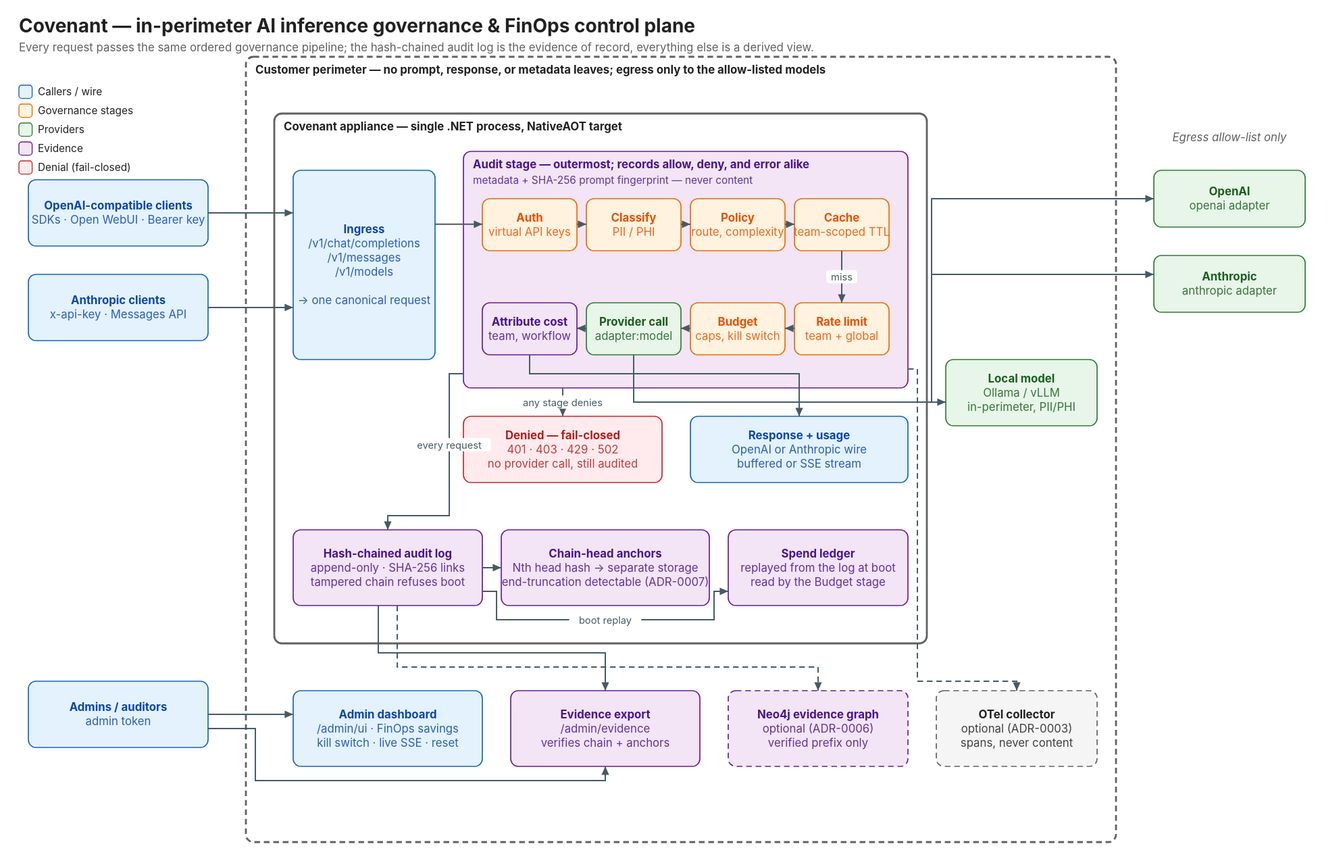
This is docs/diagrams/covenant-architecture.svg from command0r/Covenant, a draw.io export, as it was before one commit. Source tidied: cells renumbered, new cells last; positions are measured from the earlier drawing's top-left corner, leaving out a move shared by most shapes.
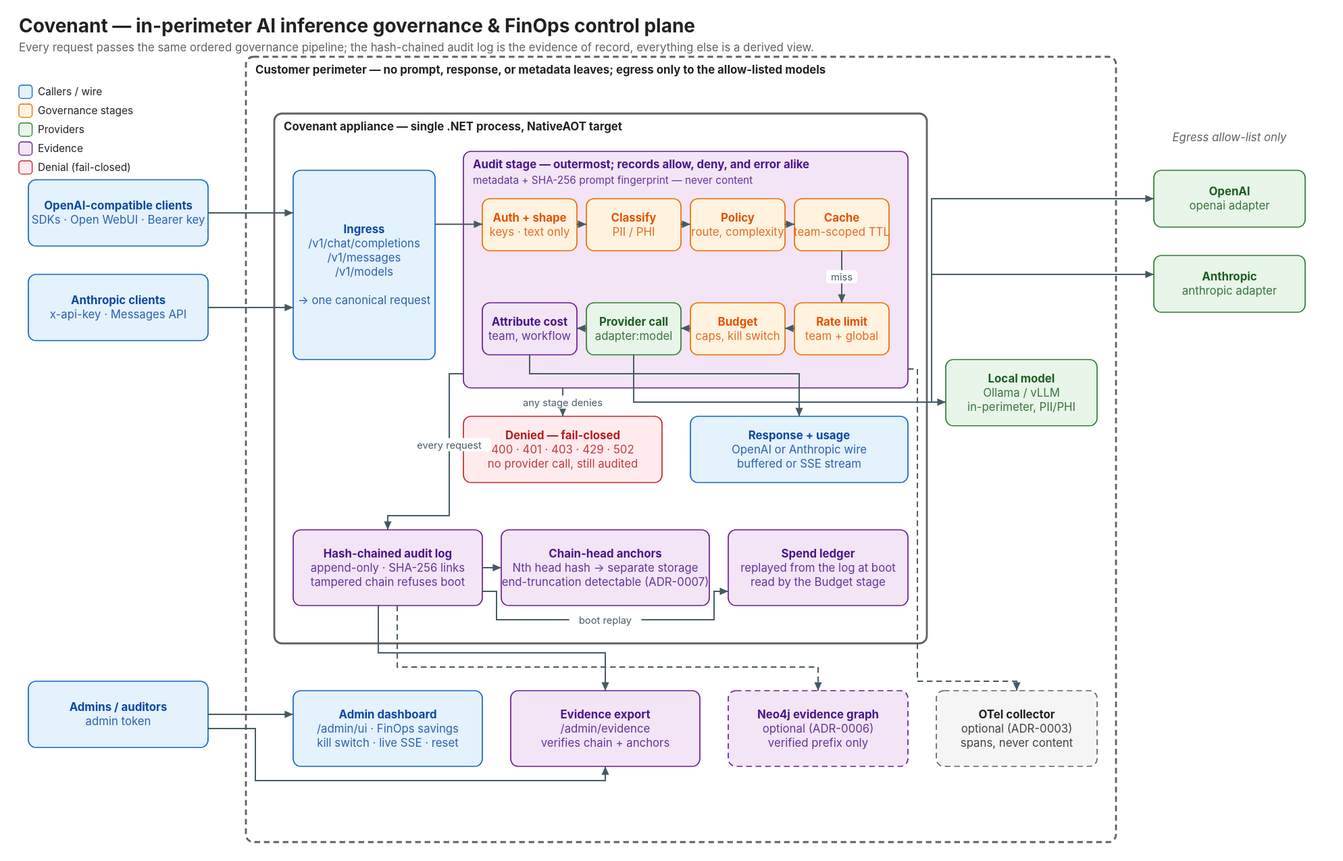
Above is the later version.

The edit, as a diff of the source:
```diff
@@ -23,7 +23,7 @@
     <mxCell id="8" value="&lt;b&gt;Audit stage — outermost; records allow, deny, and error alike&lt;/b&gt;&lt;br&gt;metadata + SHA-256 prompt fingerprint — never content" style="rounded=1;whiteSpace=wrap;html=1;fillColor=#f3e5f5;strokeColor=#6a1b9a;fontColor=#4a148c;verticalAlign=top;align=left;spacingLeft=8;spacingTop=2;" parent="1" vertex="1">
       <mxGeometry x="460" y="100" width="470" height="250" as="geometry" />
     </mxCell>
-    <mxCell id="9" value="&lt;b&gt;Auth&lt;/b&gt;&lt;br&gt;virtual API keys" style="rounded=1;whiteSpace=wrap;html=1;fillColor=#fff3e0;strokeColor=#ef6c00;fontColor=#e65100;" parent="1" vertex="1">
+    <mxCell id="9" value="&lt;b&gt;Auth + shape&lt;/b&gt;&lt;br&gt;keys · text only" style="rounded=1;whiteSpace=wrap;html=1;fillColor=#fff3e0;strokeColor=#ef6c00;fontColor=#e65100;" parent="1" vertex="1">
       <mxGeometry x="480" y="150" width="100" height="55" as="geometry" />
     </mxCell>
     <mxCell id="10" value="&lt;b&gt;Classify&lt;/b&gt;&lt;br&gt;PII / PHI" style="rounded=1;whiteSpace=wrap;html=1;fillColor=#fff3e0;strokeColor=#ef6c00;fontColor=#e65100;" parent="1" vertex="1">
@@ -47,7 +47,7 @@
     <mxCell id="16" value="&lt;b&gt;Attribute cost&lt;/b&gt;&lt;br&gt;team, workflow" style="rounded=1;whiteSpace=wrap;html=1;fillColor=#f3e5f5;strokeColor=#6a1b9a;fontColor=#4a148c;" parent="1" vertex="1">
       <mxGeometry x="480" y="260" width="100" height="55" as="geometry" />
     </mxCell>
-    <mxCell id="17" value="&lt;b&gt;Denied — fail-closed&lt;/b&gt;&lt;br&gt;401 · 403 · 429 · 502&lt;br&gt;no provider call, still audited" style="rounded=1;whiteSpace=wrap;html=1;fillColor=#ffebee;strokeColor=#c62828;fontColor=#b71c1c;" parent="1" vertex="1">
+    <mxCell id="17" value="&lt;b&gt;Denied — fail-closed&lt;/b&gt;&lt;br&gt;400 · 401 · 403 · 429 · 502&lt;br&gt;no provider call, still audited" style="rounded=1;whiteSpace=wrap;html=1;fillColor=#ffebee;strokeColor=#c62828;fontColor=#b71c1c;" parent="1" vertex="1">
       <mxGeometry x="460" y="380" width="210" height="70" as="geometry" />
     </mxCell>
     <mxCell id="18" value="&lt;b&gt;Response + usage&lt;/b&gt;&lt;br&gt;OpenAI or Anthropic wire&lt;br&gt;buffered or SSE stream" style="rounded=1;whiteSpace=wrap;html=1;fillColor=#e3f2fd;strokeColor=#1565c0;fontColor=#0d47a1;" parent="1" vertex="1">
```
